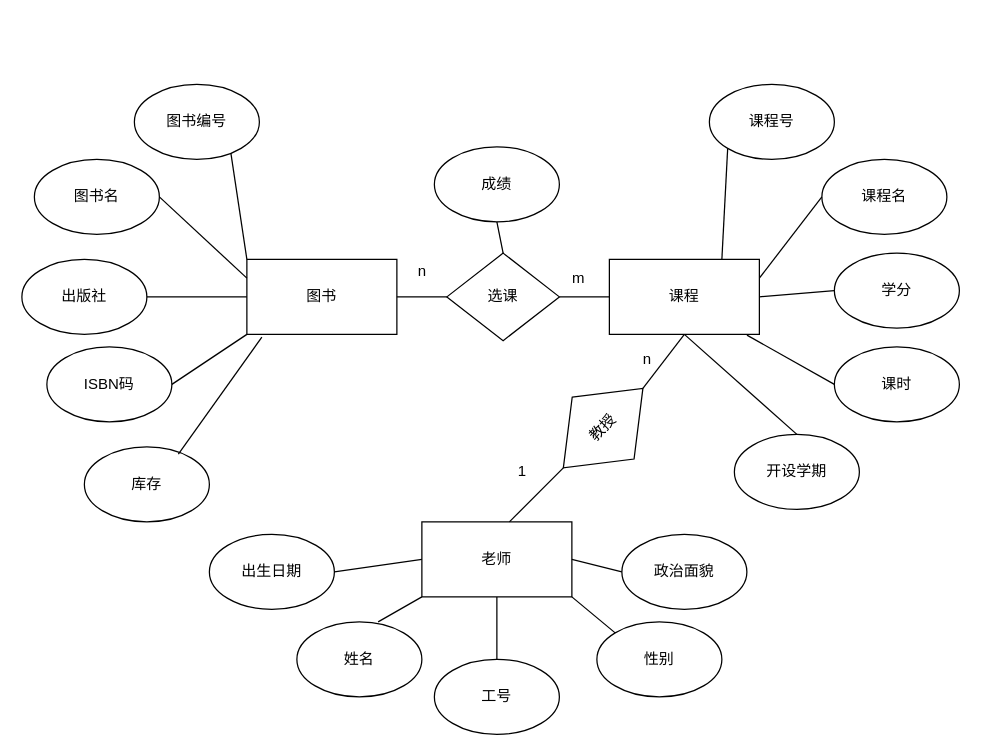
The draw.io diagram 图书借阅管理系统.drawio in UltramanT1ga/Hello, before the edit. Source tidied: cells renumbered, new cells numbered last; positions are measured from the earlier drawing's top-left corner, leaving out a move shared by most shapes. Both pictures are drawn from the tidied source at 125%, with x=0, y=0 at pixel (21, 84).
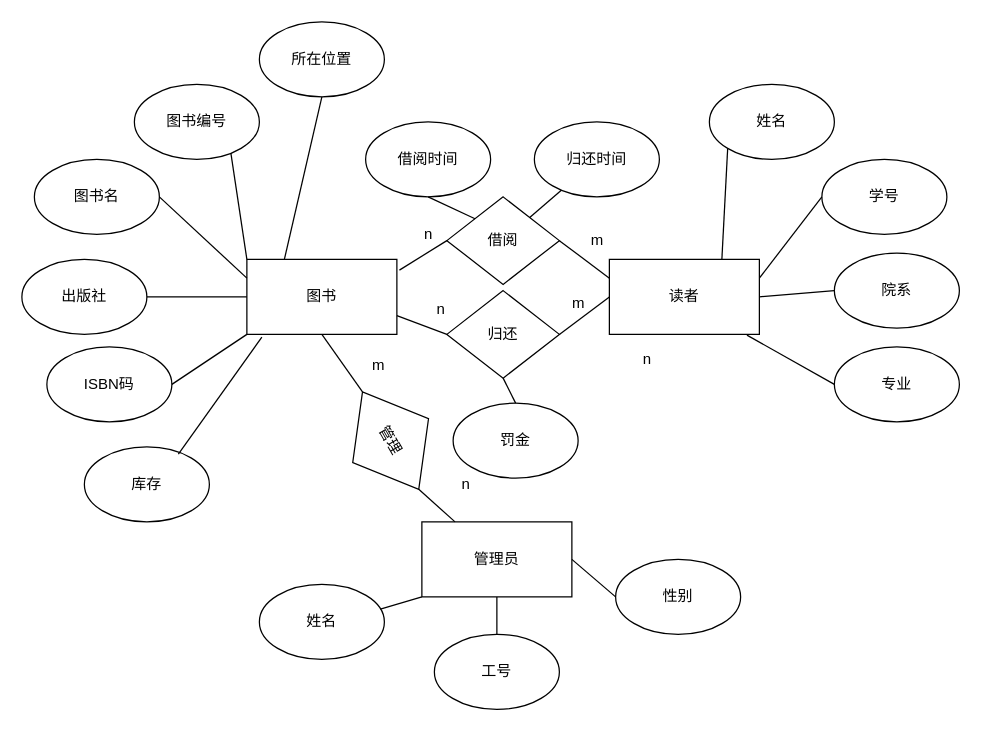
Above is the later version.

Commit message (it also covers changes not shown here):
更新图书借阅管理系统.drawio

The change refers to these unchanged cells:
```xml
<mxCell id="2" value="图书" style="rounded=0;whiteSpace=wrap;html=1;" parent="1" vertex="1">
  <mxGeometry x="180" y="140" width="120" height="60" as="geometry" />
</mxCell>
```

Diff of the diagram source:
```diff
@@
-    <mxCell id="4" value="课程号" style="ellipse;whiteSpace=wrap;html=1;" parent="1" vertex="1">
+    <mxCell id="4" value="姓名" style="ellipse;whiteSpace=wrap;html=1;" parent="1" vertex="1">
       <mxGeometry x="550" width="100" height="60" as="geometry" />
     </mxCell>
@@
-    <mxCell id="7" value="课程名" style="ellipse;whiteSpace=wrap;html=1;" parent="1" vertex="1">
+    <mxCell id="7" value="学号" style="ellipse;whiteSpace=wrap;html=1;" parent="1" vertex="1">
       <mxGeometry x="640" y="60" width="100" height="60" as="geometry" />
     </mxCell>
-    <mxCell id="8" value="学分" style="ellipse;whiteSpace=wrap;html=1;" parent="1" vertex="1">
+    <mxCell id="8" value="院系" style="ellipse;whiteSpace=wrap;html=1;" parent="1" vertex="1">
       <mxGeometry x="650" y="135" width="100" height="60" as="geometry" />
     </mxCell>
-    <mxCell id="9" value="课时" style="ellipse;whiteSpace=wrap;html=1;" parent="1" vertex="1">
+    <mxCell id="9" value="专业" style="ellipse;whiteSpace=wrap;html=1;" parent="1" vertex="1">
       <mxGeometry x="650" y="210" width="100" height="60" as="geometry" />
     </mxCell>
@@
-    <mxCell id="18" value="课程" style="rounded=0;whiteSpace=wrap;html=1;" parent="1" vertex="1">
+    <mxCell id="18" value="读者" style="rounded=0;whiteSpace=wrap;html=1;" parent="1" vertex="1">
       <mxGeometry x="470" y="140" width="120" height="60" as="geometry" />
     </mxCell>
-    <mxCell id="19" value="开设学期" style="ellipse;whiteSpace=wrap;html=1;" parent="1" vertex="1">
-      <mxGeometry x="570" y="280" width="100" height="60" as="geometry" />
-    </mxCell>
@@
-    <mxCell id="24" style="endArrow=none;html=1;rounded=0;strokeColor=default;entryX=0.5;entryY=0;entryDx=0;entryDy=0;exitX=0.5;exitY=1;exitDx=0;exitDy=0;" parent="1" edge="1" source="18" target="19">
-      <mxGeometry relative="1" as="geometry" />
-    </mxCell>
-    <mxCell id="25" value="选课" style="rhombus;whiteSpace=wrap;html=1;" parent="1" vertex="1">
-      <mxGeometry x="340" y="135" width="90" height="70" as="geometry" />
+    <mxCell id="25" value="借阅" style="rhombus;whiteSpace=wrap;html=1;" parent="1" vertex="1">
+      <mxGeometry x="340" y="90" width="90" height="70" as="geometry" />
     </mxCell>
-    <mxCell id="26" style="endArrow=none;html=1;rounded=0;strokeColor=default;exitX=1;exitY=0.5;exitDx=0;exitDy=0;entryX=0;entryY=0.5;entryDx=0;entryDy=0;" parent="1" edge="1" source="2" target="25">
+    <mxCell id="26" style="endArrow=none;html=1;rounded=0;strokeColor=default;exitX=1.017;exitY=0.143;exitDx=0;exitDy=0;entryX=0;entryY=0.5;entryDx=0;entryDy=0;exitPerimeter=0;" parent="1" edge="1" source="2" target="25">
       <mxGeometry relative="1" as="geometry" />
     </mxCell>
     <mxCell id="27" value="n" style="text;html=1;align=center;verticalAlign=middle;strokeColor=none;fillColor=none;" parent="1" vertex="1">
-      <mxGeometry x="305" y="135" width="30" height="30" as="geometry" />
+      <mxGeometry x="310" y="105" width="30" height="30" as="geometry" />
     </mxCell>
-    <mxCell id="28" style="endArrow=none;html=1;rounded=0;strokeColor=default;exitX=1;exitY=0.5;exitDx=0;exitDy=0;entryX=0;entryY=0.5;entryDx=0;entryDy=0;" parent="1" edge="1" source="25" target="18">
+    <mxCell id="28" style="endArrow=none;html=1;rounded=0;strokeColor=default;exitX=1;exitY=0.5;exitDx=0;exitDy=0;entryX=0;entryY=0.25;entryDx=0;entryDy=0;" parent="1" edge="1" source="25" target="18">
       <mxGeometry relative="1" as="geometry" />
     </mxCell>
     <mxCell id="29" value="m" style="text;html=1;align=center;verticalAlign=middle;strokeColor=none;fillColor=none;" parent="1" vertex="1">
-      <mxGeometry x="430" y="140" width="30" height="30" as="geometry" />
+      <mxGeometry x="445" y="110" width="30" height="30" as="geometry" />
     </mxCell>
-    <mxCell id="30" value="成绩" style="ellipse;whiteSpace=wrap;html=1;" parent="1" vertex="1">
-      <mxGeometry x="330" y="50" width="100" height="60" as="geometry" />
+    <mxCell id="30" value="借阅时间" style="ellipse;whiteSpace=wrap;html=1;" parent="1" vertex="1">
+      <mxGeometry x="275" y="30" width="100" height="60" as="geometry" />
     </mxCell>
-    <mxCell id="31" style="endArrow=none;html=1;rounded=0;strokeColor=default;exitX=0.5;exitY=0;exitDx=0;exitDy=0;entryX=0.5;entryY=1;entryDx=0;entryDy=0;" parent="1" edge="1" source="25" target="30">
+    <mxCell id="31" style="endArrow=none;html=1;rounded=0;strokeColor=default;exitX=0;exitY=0;exitDx=0;exitDy=0;entryX=0.5;entryY=1;entryDx=0;entryDy=0;" parent="1" edge="1" source="25" target="30">
       <mxGeometry relative="1" as="geometry" />
     </mxCell>
-    <mxCell id="32" value="老师" style="rounded=0;whiteSpace=wrap;html=1;" parent="1" vertex="1">
+    <mxCell id="32" value="管理员" style="rounded=0;whiteSpace=wrap;html=1;" parent="1" vertex="1">
       <mxGeometry x="320" y="350" width="120" height="60" as="geometry" />
     </mxCell>
-    <mxCell id="33" value="政治面貌" style="ellipse;whiteSpace=wrap;html=1;" parent="1" vertex="1">
-      <mxGeometry x="480" y="360" width="100" height="60" as="geometry" />
+    <mxCell id="33" value="性别" style="ellipse;whiteSpace=wrap;html=1;" parent="1" vertex="1">
+      <mxGeometry x="475" y="380" width="100" height="60" as="geometry" />
     </mxCell>
-    <mxCell id="34" value="性别" style="ellipse;whiteSpace=wrap;html=1;" parent="1" vertex="1">
-      <mxGeometry x="460" y="430" width="100" height="60" as="geometry" />
-    </mxCell>
     <mxCell id="35" value="工号" style="ellipse;whiteSpace=wrap;html=1;" parent="1" vertex="1">
-      <mxGeometry x="330" y="460" width="100" height="60" as="geometry" />
+      <mxGeometry x="330" y="440" width="100" height="60" as="geometry" />
     </mxCell>
     <mxCell id="36" value="姓名" style="ellipse;whiteSpace=wrap;html=1;" parent="1" vertex="1">
-      <mxGeometry x="220" y="430" width="100" height="60" as="geometry" />
+      <mxGeometry x="190" y="400" width="100" height="60" as="geometry" />
     </mxCell>
-    <mxCell id="37" value="出生日期" style="ellipse;whiteSpace=wrap;html=1;" parent="1" vertex="1">
-      <mxGeometry x="150" y="360" width="100" height="60" as="geometry" />
-    </mxCell>
-    <mxCell id="38" style="endArrow=none;html=1;rounded=0;strokeColor=default;exitX=1;exitY=0.5;exitDx=0;exitDy=0;entryX=0;entryY=0.5;entryDx=0;entryDy=0;" parent="1" edge="1" source="37" target="32">
-      <mxGeometry relative="1" as="geometry" />
-    </mxCell>
-    <mxCell id="39" style="endArrow=none;html=1;rounded=0;strokeColor=default;exitX=1;exitY=1;exitDx=0;exitDy=0;entryX=0;entryY=0;entryDx=0;entryDy=0;" parent="1" edge="1" source="32" target="34">
-      <mxGeometry relative="1" as="geometry" />
-    </mxCell>
@@
-    <mxCell id="41" style="endArrow=none;html=1;rounded=0;strokeColor=default;exitX=1;exitY=0.5;exitDx=0;exitDy=0;entryX=0;entryY=1;entryDx=0;entryDy=0;" parent="1" edge="1" target="32">
-      <mxGeometry relative="1" as="geometry">
-        <mxPoint x="285" y="430" as="sourcePoint" />
-      </mxGeometry>
+    <mxCell id="41" style="endArrow=none;html=1;rounded=0;strokeColor=default;exitX=0.968;exitY=0.33;exitDx=0;exitDy=0;entryX=0;entryY=1;entryDx=0;entryDy=0;exitPerimeter=0;" parent="1" edge="1" source="36" target="32">
+      <mxGeometry relative="1" as="geometry" />
     </mxCell>
@@
-    <mxCell id="43" style="endArrow=none;html=1;rounded=0;strokeColor=default;entryX=0;entryY=0.5;entryDx=0;entryDy=0;" parent="1" edge="1" target="45">
-      <mxGeometry relative="1" as="geometry">
-        <mxPoint x="390" y="350" as="sourcePoint" />
-      </mxGeometry>
+    <mxCell id="43" style="endArrow=none;html=1;rounded=0;strokeColor=default;entryX=1;entryY=0.5;entryDx=0;entryDy=0;" parent="1" edge="1" source="32" target="45">
+      <mxGeometry relative="1" as="geometry" />
     </mxCell>
-    <mxCell id="44" style="endArrow=none;html=1;rounded=0;strokeColor=default;entryX=0.5;entryY=1;entryDx=0;entryDy=0;exitX=1;exitY=0.5;exitDx=0;exitDy=0;" parent="1" edge="1" source="45" target="18">
+    <mxCell id="44" style="endArrow=none;html=1;rounded=0;strokeColor=default;entryX=0.5;entryY=1;entryDx=0;entryDy=0;exitX=0;exitY=0.5;exitDx=0;exitDy=0;" parent="1" edge="1" source="45" target="2">
       <mxGeometry relative="1" as="geometry" />
     </mxCell>
-    <mxCell id="45" value="教授" style="rhombus;whiteSpace=wrap;html=1;rotation=-45;" parent="1" vertex="1">
-      <mxGeometry x="420" y="240" width="90" height="70" as="geometry" />
+    <mxCell id="45" value="管理" style="rhombus;whiteSpace=wrap;html=1;rotation=60;" parent="1" vertex="1">
+      <mxGeometry x="250" y="250" width="90" height="70" as="geometry" />
     </mxCell>
-    <mxCell id="46" value="1" style="text;html=1;align=center;verticalAlign=middle;strokeColor=none;fillColor=none;" parent="1" vertex="1">
-      <mxGeometry x="385" y="295" width="30" height="30" as="geometry" />
-    </mxCell>
@@
+    <mxCell id="48" value="所在位置" style="ellipse;whiteSpace=wrap;html=1;" parent="1" vertex="1">
+      <mxGeometry x="190" y="-50" width="100" height="60" as="geometry" />
+    </mxCell>
+    <mxCell id="49" style="endArrow=none;html=1;rounded=0;exitX=0.25;exitY=0;exitDx=0;exitDy=0;entryX=0.5;entryY=1;entryDx=0;entryDy=0;" parent="1" edge="1" source="2" target="48">
+      <mxGeometry relative="1" as="geometry" />
+    </mxCell>
+    <mxCell id="50" value="归还时间" style="ellipse;whiteSpace=wrap;html=1;" parent="1" vertex="1">
+      <mxGeometry x="410" y="30" width="100" height="60" as="geometry" />
+    </mxCell>
+    <mxCell id="51" style="endArrow=none;html=1;rounded=0;" parent="1" edge="1" source="50" target="25">
+      <mxGeometry relative="1" as="geometry" />
+    </mxCell>
+    <mxCell id="52" value="归还" style="rhombus;whiteSpace=wrap;html=1;" parent="1" vertex="1">
+      <mxGeometry x="340" y="165" width="90" height="70" as="geometry" />
+    </mxCell>
+    <mxCell id="53" style="endArrow=none;html=1;rounded=0;exitX=1;exitY=0.75;exitDx=0;exitDy=0;entryX=0;entryY=0.5;entryDx=0;entryDy=0;" parent="1" edge="1" source="2" target="52">
+      <mxGeometry relative="1" as="geometry" />
+    </mxCell>
+    <mxCell id="54" style="endArrow=none;html=1;rounded=0;exitX=1;exitY=0.5;exitDx=0;exitDy=0;entryX=0;entryY=0.5;entryDx=0;entryDy=0;" parent="1" edge="1" source="52" target="18">
+      <mxGeometry relative="1" as="geometry" />
+    </mxCell>
+    <mxCell id="55" value="n" style="text;html=1;align=center;verticalAlign=middle;strokeColor=none;fillColor=none;" parent="1" vertex="1">
+      <mxGeometry x="320" y="165" width="30" height="30" as="geometry" />
+    </mxCell>
+    <mxCell id="56" value="m" style="text;html=1;align=center;verticalAlign=middle;strokeColor=none;fillColor=none;" parent="1" vertex="1">
+      <mxGeometry x="430" y="160" width="30" height="30" as="geometry" />
+    </mxCell>
+    <mxCell id="57" value="n" style="text;html=1;align=center;verticalAlign=middle;strokeColor=none;fillColor=none;" parent="1" vertex="1">
+      <mxGeometry x="340" y="305" width="30" height="30" as="geometry" />
+    </mxCell>
+    <mxCell id="58" value="m" style="text;html=1;align=center;verticalAlign=middle;strokeColor=none;fillColor=none;" parent="1" vertex="1">
+      <mxGeometry x="270" y="210" width="30" height="30" as="geometry" />
+    </mxCell>
+    <mxCell id="59" value="罚金" style="ellipse;whiteSpace=wrap;html=1;" parent="1" vertex="1">
+      <mxGeometry x="345" y="255" width="100" height="60" as="geometry" />
+    </mxCell>
+    <mxCell id="60" style="endArrow=none;html=1;rounded=0;exitX=0.5;exitY=0;exitDx=0;exitDy=0;entryX=0.5;entryY=1;entryDx=0;entryDy=0;" parent="1" edge="1" source="59" target="52">
+      <mxGeometry relative="1" as="geometry" />
+    </mxCell>
```
